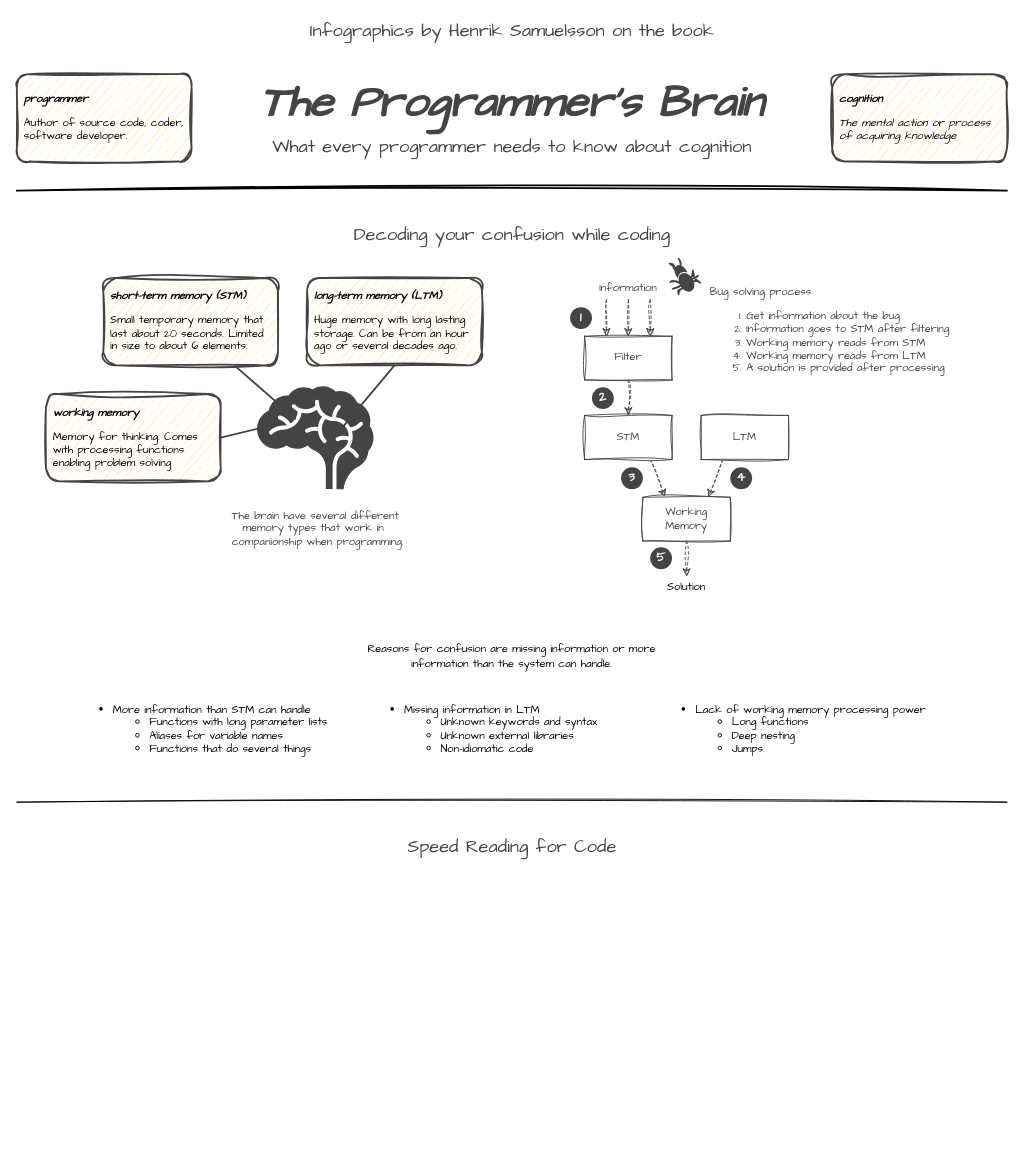
Earlier version of the draw.io diagram the-programmers-brain-info-grahics.drawio (HenrikSamuelsson/reading-the-programmers-brain). Source tidied: cells renumbered, new cells numbered last; positions are measured from the earlier drawing's top-left corner, leaving out a move shared by most shapes. Both pictures are drawn from the tidied source at 91%, with x=0, y=0 at pixel (16, 15).
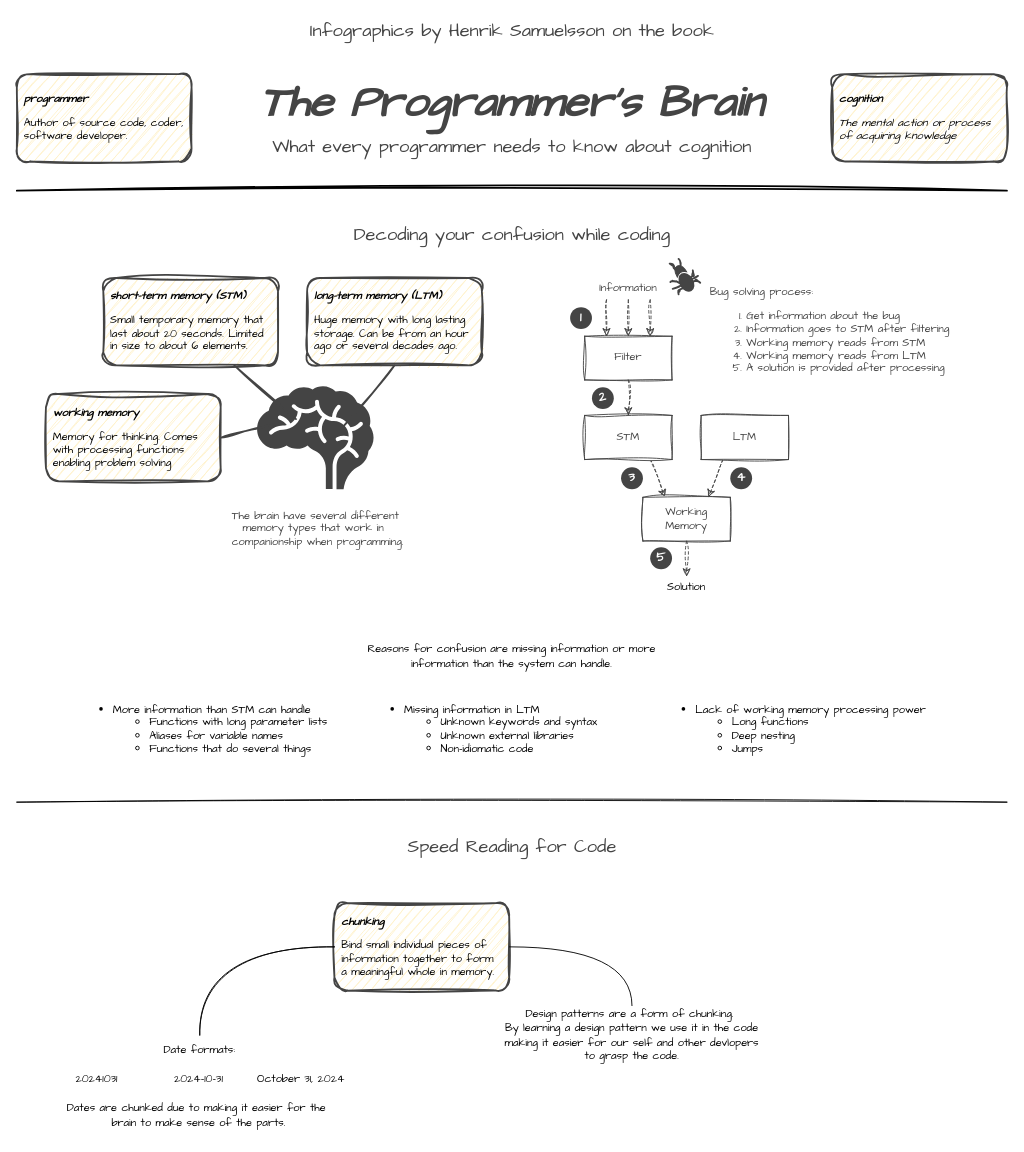
The same diagram, later.

What changed in the source:
```diff
@@
-    <mxCell id="29" style="group;" parent="1" vertex="1">
-      <mxGeometry x="32" y="288" width="479" height="300" as="geometry" />
-    </mxCell>
-    <mxCell id="30" style="shape=mxgraph.signs.healthcare.brain;html=1;fillColor=#444444;strokeColor=none;verticalLabelPosition=bottom;verticalAlign=top;align=center;fontColor=#CCE5FB;" parent="29" vertex="1">
-      <mxGeometry x="232" y="119" width="128" height="113" as="geometry" />
-    </mxCell>
-    <mxCell id="31" style="rounded=0;jettySize=auto;html=1;strokeWidth=2;strokeColor=#444444;endArrow=none;endFill=0;exitX=0.5;exitY=1;exitDx=0;exitDy=0;entryX=0.741;entryY=0.389;entryDx=0;entryDy=0;entryPerimeter=0;" parent="29" edge="1" source="32" target="30">
-      <mxGeometry relative="1" as="geometry" />
-    </mxCell>
-    <mxCell id="32" value="&lt;p style=&quot;line-height: 120%;&quot;&gt;&lt;b&gt;&lt;i&gt;long-term memory (LTM)&lt;/i&gt;&lt;/b&gt;&lt;/p&gt;&lt;p style=&quot;line-height: 120%;&quot;&gt;Huge memory with long lasting storage. Can be from an hour ago or several decades ago.&lt;/p&gt;" style="rounded=1;whiteSpace=wrap;html=1;labelBackgroundColor=none;fontFamily=Comic Sans MS;fontSize=12;strokeColor=#444444;shadow=0;align=left;spacing=8;fillColor=#fff2cc;verticalAlign=middle;strokeWidth=2;sketch=1;curveFitting=1;jiggle=2;" parent="29" vertex="1">
-      <mxGeometry x="287" width="192" height="96" as="geometry" />
-    </mxCell>
-    <mxCell id="33" style="edgeStyle=none;rounded=0;jettySize=auto;html=1;exitX=0.75;exitY=1;exitDx=0;exitDy=0;strokeColor=#444444;strokeWidth=2;endArrow=none;endFill=0;entryX=0.334;entryY=0.319;entryDx=0;entryDy=0;entryPerimeter=0;" parent="29" edge="1" source="34" target="30">
-      <mxGeometry relative="1" as="geometry" />
-    </mxCell>
-    <mxCell id="34" value="&lt;p style=&quot;line-height: 120%;&quot;&gt;&lt;b&gt;&lt;i&gt;short-term memory (STM)&lt;/i&gt;&lt;/b&gt;&lt;/p&gt;&lt;p style=&quot;line-height: 120%;&quot;&gt;Small temporary memory that last about 20 seconds. Limited in size to about 6 elements.&amp;nbsp;&lt;/p&gt;" style="rounded=1;whiteSpace=wrap;html=1;labelBackgroundColor=none;fontFamily=Comic Sans MS;fontSize=12;strokeColor=#444444;shadow=0;align=left;spacing=8;fillColor=#fff2cc;verticalAlign=middle;strokeWidth=2;sketch=1;curveFitting=1;jiggle=2;" parent="29" vertex="1">
-      <mxGeometry x="63" width="192" height="96" as="geometry" />
-    </mxCell>
-    <mxCell id="35" style="edgeStyle=none;rounded=0;jettySize=auto;html=1;exitX=1;exitY=0.5;exitDx=0;exitDy=0;strokeColor=#444444;strokeWidth=2;endArrow=none;endFill=0;" parent="29" edge="1" source="36">
-      <mxGeometry relative="1" as="geometry">
-        <mxPoint x="256" y="160" as="targetPoint" />
-      </mxGeometry>
-    </mxCell>
-    <mxCell id="36" value="&lt;p style=&quot;line-height: 120%;&quot;&gt;&lt;b&gt;&lt;i&gt;working memory&lt;/i&gt;&lt;/b&gt;&lt;/p&gt;&lt;p style=&quot;line-height: 120%;&quot;&gt;Memory for thinking. Comes with processing functions enabling problem solving&lt;/p&gt;" style="rounded=1;whiteSpace=wrap;html=1;labelBackgroundColor=none;fontFamily=Comic Sans MS;fontSize=12;strokeColor=#444444;shadow=0;align=left;spacing=8;fillColor=#fff2cc;verticalAlign=middle;strokeWidth=2;sketch=1;curveFitting=1;jiggle=2;" parent="29" vertex="1">
-      <mxGeometry y="127.5" width="192" height="96" as="geometry" />
-    </mxCell>
-    <mxCell id="37" value="&lt;span style=&quot;font-style: normal; font-size: 12px;&quot;&gt;The brain have several different&lt;br&gt;memory types that work in&amp;nbsp;&lt;br&gt;&amp;nbsp;companionship when programming.&lt;/span&gt;" style="text;html=1;strokeColor=none;fillColor=none;align=center;verticalAlign=middle;rounded=0;labelBackgroundColor=none;fontFamily=Comic Sans MS;fontSize=12;fontColor=#444444;fontStyle=2;" parent="29" vertex="1">
-      <mxGeometry x="184" y="252" width="224" height="48" as="geometry" />
-    </mxCell>
@@
+    <mxCell id="54" value="&lt;p style=&quot;line-height: 120%;&quot;&gt;&lt;b&gt;&lt;i&gt;chunking&lt;/i&gt;&lt;/b&gt;&lt;/p&gt;&lt;p style=&quot;line-height: 120%;&quot;&gt;Bind small individual pieces of information together to form a meaningful whole in memory.&lt;/p&gt;" style="rounded=1;whiteSpace=wrap;html=1;labelBackgroundColor=none;fontFamily=Comic Sans MS;fontSize=12;strokeColor=#444444;shadow=0;align=left;spacing=8;fillColor=#fff2cc;verticalAlign=middle;strokeWidth=2;sketch=1;curveFitting=1;jiggle=2;" parent="1" vertex="1">
+      <mxGeometry x="349" y="975" width="192" height="96" as="geometry" />
+    </mxCell>
+    <mxCell id="55" style="edgeStyle=orthogonalEdgeStyle;rounded=0;jettySize=auto;html=1;exitX=0.5;exitY=0;exitDx=0;exitDy=0;entryX=1;entryY=0.5;entryDx=0;entryDy=0;curved=1;endArrow=none;endFill=0;" parent="1" edge="1" source="56" target="54">
+      <mxGeometry relative="1" as="geometry" />
+    </mxCell>
+    <mxCell id="56" value="&lt;font face=&quot;Comic Sans MS&quot;&gt;Design patterns are a form of chunking.&amp;nbsp;&lt;br&gt;By learning a design pattern we use it in the code&lt;br&gt;making it easier for our self and other devlopers&lt;br&gt;to grasp the code.&lt;br&gt;&lt;/font&gt;" style="text;html=1;strokeColor=none;fillColor=none;align=center;verticalAlign=middle;whiteSpace=wrap;rounded=0;comic=0;sketch=0;jiggle=1;" parent="1" vertex="1">
+      <mxGeometry x="516" y="1088" width="320" height="64" as="geometry" />
+    </mxCell>
+    <mxCell id="30" style="shape=mxgraph.signs.healthcare.brain;html=1;fillColor=#444444;strokeColor=none;verticalLabelPosition=bottom;verticalAlign=top;align=center;fontColor=#CCE5FB;" parent="1" vertex="1">
+      <mxGeometry x="264" y="407" width="128" height="113" as="geometry" />
+    </mxCell>
+    <mxCell id="31" style="rounded=0;jettySize=auto;html=1;strokeWidth=2;strokeColor=#444444;endArrow=none;endFill=0;exitX=0.5;exitY=1;exitDx=0;exitDy=0;entryX=0.741;entryY=0.389;entryDx=0;entryDy=0;entryPerimeter=0;sketch=1;curveFitting=1;jiggle=2;" parent="1" edge="1" source="32" target="30">
+      <mxGeometry relative="1" as="geometry" />
+    </mxCell>
+    <mxCell id="32" value="&lt;p style=&quot;line-height: 120%;&quot;&gt;&lt;b&gt;&lt;i&gt;long-term memory (LTM)&lt;/i&gt;&lt;/b&gt;&lt;/p&gt;&lt;p style=&quot;line-height: 120%;&quot;&gt;Huge memory with long lasting storage. Can be from an hour ago or several decades ago.&lt;/p&gt;" style="rounded=1;whiteSpace=wrap;html=1;labelBackgroundColor=none;fontFamily=Comic Sans MS;fontSize=12;strokeColor=#444444;shadow=0;align=left;spacing=8;fillColor=#fff2cc;verticalAlign=middle;strokeWidth=2;sketch=1;curveFitting=1;jiggle=2;" parent="1" vertex="1">
+      <mxGeometry x="319" y="288" width="192" height="96" as="geometry" />
+    </mxCell>
+    <mxCell id="33" style="edgeStyle=none;rounded=0;jettySize=auto;html=1;exitX=0.75;exitY=1;exitDx=0;exitDy=0;strokeColor=#444444;strokeWidth=2;endArrow=none;endFill=0;entryX=0.334;entryY=0.319;entryDx=0;entryDy=0;entryPerimeter=0;sketch=1;curveFitting=1;jiggle=2;" parent="1" edge="1" source="34" target="30">
+      <mxGeometry relative="1" as="geometry" />
+    </mxCell>
+    <mxCell id="34" value="&lt;p style=&quot;line-height: 120%;&quot;&gt;&lt;b&gt;&lt;i&gt;short-term memory (STM)&lt;/i&gt;&lt;/b&gt;&lt;/p&gt;&lt;p style=&quot;line-height: 120%;&quot;&gt;Small temporary memory that last about 20 seconds. Limited in size to about 6 elements.&amp;nbsp;&lt;/p&gt;" style="rounded=1;whiteSpace=wrap;html=1;labelBackgroundColor=none;fontFamily=Comic Sans MS;fontSize=12;strokeColor=#444444;shadow=0;align=left;spacing=8;fillColor=#fff2cc;verticalAlign=middle;strokeWidth=2;sketch=1;curveFitting=1;jiggle=2;" parent="1" vertex="1">
+      <mxGeometry x="95" y="288" width="192" height="96" as="geometry" />
+    </mxCell>
+    <mxCell id="35" style="edgeStyle=none;rounded=0;jettySize=auto;html=1;exitX=1;exitY=0.5;exitDx=0;exitDy=0;strokeColor=#444444;strokeWidth=2;endArrow=none;endFill=0;sketch=1;curveFitting=1;jiggle=2;" parent="1" edge="1" source="36">
+      <mxGeometry relative="1" as="geometry">
+        <mxPoint x="288" y="448" as="targetPoint" />
+      </mxGeometry>
+    </mxCell>
+    <mxCell id="36" value="&lt;p style=&quot;line-height: 120%;&quot;&gt;&lt;b&gt;&lt;i&gt;working memory&lt;/i&gt;&lt;/b&gt;&lt;/p&gt;&lt;p style=&quot;line-height: 120%;&quot;&gt;Memory for thinking. Comes with processing functions enabling problem solving&lt;/p&gt;" style="rounded=1;whiteSpace=wrap;html=1;labelBackgroundColor=none;fontFamily=Comic Sans MS;fontSize=12;strokeColor=#444444;shadow=0;align=left;spacing=8;fillColor=#fff2cc;verticalAlign=middle;strokeWidth=2;sketch=1;curveFitting=1;jiggle=2;" parent="1" vertex="1">
+      <mxGeometry x="32" y="415.5" width="192" height="96" as="geometry" />
+    </mxCell>
+    <mxCell id="37" value="&lt;span style=&quot;font-style: normal; font-size: 12px;&quot;&gt;The brain have several different&lt;br&gt;memory types that work in&amp;nbsp;&lt;br&gt;&amp;nbsp;companionship when programming.&lt;/span&gt;" style="text;html=1;strokeColor=none;fillColor=none;align=center;verticalAlign=middle;rounded=0;labelBackgroundColor=none;fontFamily=Comic Sans MS;fontSize=12;fontColor=#444444;fontStyle=2;" parent="1" vertex="1">
+      <mxGeometry x="216" y="540" width="224" height="48" as="geometry" />
+    </mxCell>
+    <mxCell id="57" style="edgeStyle=orthogonalEdgeStyle;curved=1;rounded=0;sketch=1;jettySize=auto;html=1;exitX=0.5;exitY=0;exitDx=0;exitDy=0;entryX=0;entryY=0.5;entryDx=0;entryDy=0;endArrow=none;endFill=0;" parent="1" edge="1" source="60" target="54">
+      <mxGeometry relative="1" as="geometry" />
+    </mxCell>
+    <mxCell id="58" style="group;" parent="1" vertex="1">
+      <mxGeometry x="32" y="1120" width="337" height="112" as="geometry" />
+    </mxCell>
+    <mxCell id="59" style="group;" parent="58" vertex="1">
+      <mxGeometry width="337" height="64" as="geometry" />
+    </mxCell>
+    <mxCell id="60" value="&lt;font face=&quot;Comic Sans MS&quot;&gt;Date formats:&lt;br&gt;&lt;/font&gt;" style="text;html=1;strokeColor=none;fillColor=none;align=center;verticalAlign=middle;whiteSpace=wrap;rounded=0;comic=0;sketch=0;jiggle=1;" parent="59" vertex="1">
+      <mxGeometry x="1" width="336" height="32" as="geometry" />
+    </mxCell>
+    <mxCell id="61" value="&lt;font face=&quot;Comic Sans MS&quot;&gt;20241031&lt;br&gt;&lt;/font&gt;" style="text;html=1;strokeColor=none;fillColor=none;align=center;verticalAlign=middle;whiteSpace=wrap;rounded=0;comic=0;sketch=0;jiggle=1;" parent="59" vertex="1">
+      <mxGeometry y="32" width="112" height="32" as="geometry" />
+    </mxCell>
+    <mxCell id="62" value="&lt;font face=&quot;Comic Sans MS&quot;&gt;2024-10-31&lt;br&gt;&lt;/font&gt;" style="text;html=1;strokeColor=none;fillColor=none;align=center;verticalAlign=middle;whiteSpace=wrap;rounded=0;comic=0;sketch=0;jiggle=1;" parent="59" vertex="1">
+      <mxGeometry x="112" y="32" width="112" height="32" as="geometry" />
+    </mxCell>
+    <mxCell id="63" value="&lt;font face=&quot;Comic Sans MS&quot;&gt;October 31, 2024&lt;br&gt;&lt;/font&gt;" style="text;html=1;strokeColor=none;fillColor=none;align=center;verticalAlign=middle;whiteSpace=wrap;rounded=0;comic=0;sketch=0;jiggle=1;" parent="59" vertex="1">
+      <mxGeometry x="224" y="32" width="113" height="32" as="geometry" />
+    </mxCell>
+    <mxCell id="64" value="&lt;font face=&quot;Comic Sans MS&quot;&gt;Dates are chunked due to making it easier for the&amp;nbsp;&lt;br&gt;brain to make sense of the parts.&lt;br&gt;&lt;/font&gt;" style="text;html=1;strokeColor=none;fillColor=none;align=center;verticalAlign=middle;whiteSpace=wrap;rounded=0;comic=0;sketch=0;jiggle=1;" parent="58" vertex="1">
+      <mxGeometry y="64" width="336" height="48" as="geometry" />
+    </mxCell>
```
